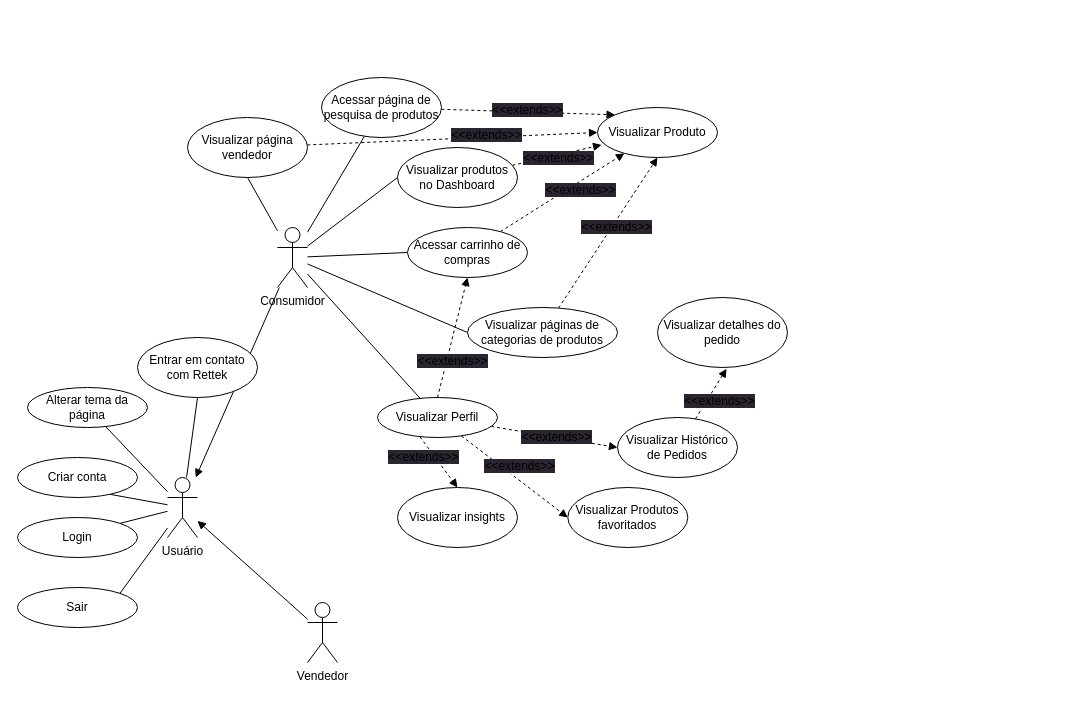
Earlier version of the draw.io diagram UseCaseDiagram.drawio (rettek-org/rettek-docs). Source tidied: cells renumbered, new cells numbered last; positions are measured from the earlier drawing's top-left corner, leaving out a move shared by most shapes. Both pictures are drawn from the tidied source at 100%, with x=0, y=0 at pixel (17, 77).
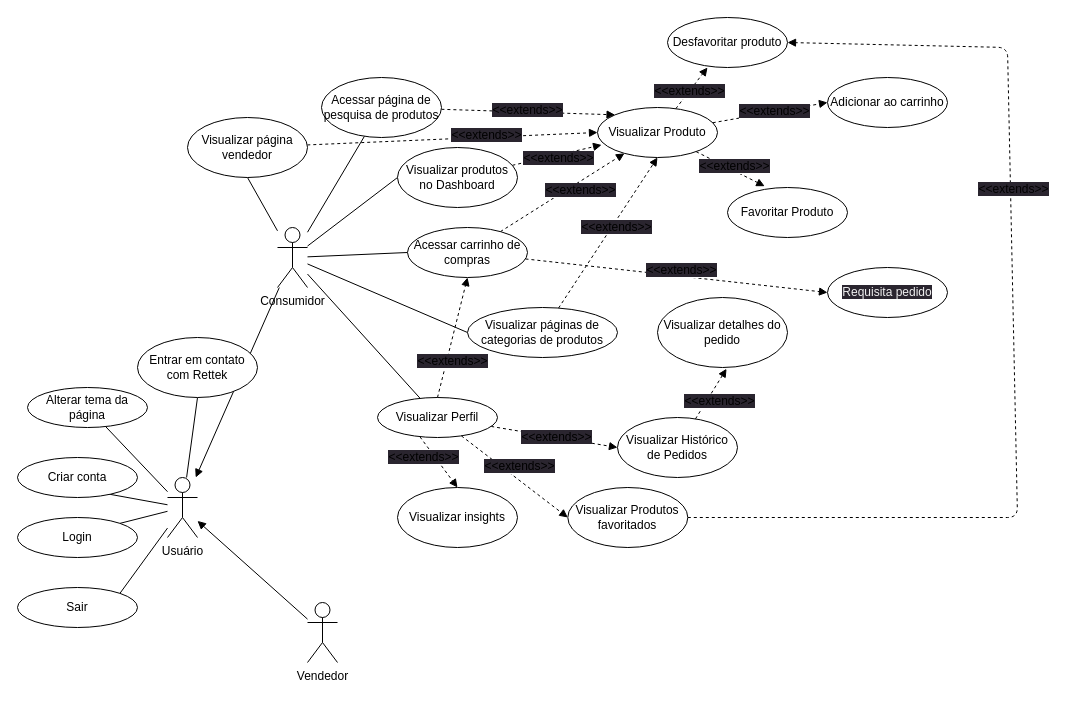
The same page after the edit.

Commit message (it also covers changes not shown here):
feat: add information to the consumer route

Unchanged cells that the change refers to:
```xml
<mxCell id="25" value="Acessar carrinho de compras" style="ellipse;whiteSpace=wrap;html=1;" parent="1" vertex="1">
  <mxGeometry x="390" y="150" width="120" height="50" as="geometry" />
</mxCell>
<mxCell id="32" value="Visualizar Produto" style="ellipse;whiteSpace=wrap;html=1;" parent="1" vertex="1">
  <mxGeometry x="580" y="30" width="120" height="50" as="geometry" />
</mxCell>
<mxCell id="44" value="Visualizar Produtos favoritados" style="ellipse;whiteSpace=wrap;html=1;" parent="1" vertex="1">
  <mxGeometry x="550.3" y="410" width="120" height="60" as="geometry" />
</mxCell>
```

What changed in the source:
```diff
@@
+    <mxCell id="54" style="edgeStyle=none;html=1;dashed=1;endArrow=block;endFill=1;entryX=0;entryY=0.5;entryDx=0;entryDy=0;" parent="1" edge="1" source="25" target="67">
+      <mxGeometry relative="1" as="geometry" />
+    </mxCell>
@@
+    <mxCell id="55" style="edgeStyle=none;html=1;dashed=1;endArrow=block;endFill=1;entryX=0.31;entryY=-0.026;entryDx=0;entryDy=0;entryPerimeter=0;" parent="1" edge="1" source="32" target="60">
+      <mxGeometry relative="1" as="geometry" />
+    </mxCell>
+    <mxCell id="56" style="edgeStyle=none;html=1;dashed=1;endArrow=block;endFill=1;entryX=0;entryY=0.5;entryDx=0;entryDy=0;" parent="1" edge="1" source="32" target="61">
+      <mxGeometry relative="1" as="geometry" />
+    </mxCell>
+    <mxCell id="57" style="edgeStyle=none;html=1;dashed=1;endArrow=block;endFill=1;" parent="1" edge="1" source="32">
+      <mxGeometry relative="1" as="geometry">
+        <mxPoint x="690" y="-10" as="targetPoint" />
+      </mxGeometry>
+    </mxCell>
@@
+    <mxCell id="58" style="edgeStyle=none;html=1;dashed=1;endArrow=block;endFill=1;entryX=1;entryY=0.5;entryDx=0;entryDy=0;" parent="1" edge="1" source="44" target="62">
+      <mxGeometry relative="1" as="geometry">
+        <Array as="points">
+          <mxPoint x="1000" y="440" />
+          <mxPoint x="990" y="-30" />
+        </Array>
+      </mxGeometry>
+    </mxCell>
+    <mxCell id="59" value="&lt;span style=&quot;font-size: 12px; background-color: rgb(42, 37, 47);&quot;&gt;&amp;lt;&amp;lt;extends&amp;gt;&amp;gt;&lt;/span&gt;" style="edgeLabel;html=1;align=center;verticalAlign=middle;" parent="58" vertex="1">
+      <mxGeometry x="0.29" y="-2" relative="1" as="geometry" />
+    </mxCell>
@@
+    <mxCell id="60" value="Favoritar Produto" style="ellipse;whiteSpace=wrap;html=1;" parent="1" vertex="1">
+      <mxGeometry x="710" y="110" width="120" height="50" as="geometry" />
+    </mxCell>
+    <mxCell id="61" value="Adicionar ao carrinho" style="ellipse;whiteSpace=wrap;html=1;" parent="1" vertex="1">
+      <mxGeometry x="810" width="120" height="50" as="geometry" />
+    </mxCell>
+    <mxCell id="62" value="Desfavoritar produto" style="ellipse;whiteSpace=wrap;html=1;" parent="1" vertex="1">
+      <mxGeometry x="650" y="-60" width="120" height="50" as="geometry" />
+    </mxCell>
+    <mxCell id="63" value="&lt;span style=&quot;font-size: 12px; background-color: rgb(42, 37, 47);&quot;&gt;&amp;lt;&amp;lt;extends&amp;gt;&amp;gt;&lt;/span&gt;" style="edgeLabel;html=1;align=center;verticalAlign=middle;" parent="1" vertex="1">
+      <mxGeometry x="525" y="35" as="geometry">
+        <mxPoint x="146" y="-22" as="offset" />
+      </mxGeometry>
+    </mxCell>
+    <mxCell id="64" value="&lt;span style=&quot;font-size: 12px; background-color: rgb(42, 37, 47);&quot;&gt;&amp;lt;&amp;lt;extends&amp;gt;&amp;gt;&lt;/span&gt;" style="edgeLabel;html=1;align=center;verticalAlign=middle;" parent="1" vertex="1">
+      <mxGeometry x="610.3" y="55" as="geometry">
+        <mxPoint x="146" y="-22" as="offset" />
+      </mxGeometry>
+    </mxCell>
+    <mxCell id="65" value="&lt;span style=&quot;font-size: 12px; background-color: rgb(42, 37, 47);&quot;&gt;&amp;lt;&amp;lt;extends&amp;gt;&amp;gt;&lt;/span&gt;" style="edgeLabel;html=1;align=center;verticalAlign=middle;" parent="1" vertex="1">
+      <mxGeometry x="570" y="110" as="geometry">
+        <mxPoint x="146" y="-22" as="offset" />
+      </mxGeometry>
+    </mxCell>
+    <mxCell id="66" value="&lt;span style=&quot;font-size: 12px; background-color: rgb(42, 37, 47);&quot;&gt;&amp;lt;&amp;lt;extends&amp;gt;&amp;gt;&lt;/span&gt;" style="edgeLabel;html=1;align=center;verticalAlign=middle;" parent="1" vertex="1">
+      <mxGeometry x="660" y="190" as="geometry">
+        <mxPoint x="3" y="2" as="offset" />
+      </mxGeometry>
+    </mxCell>
+    <mxCell id="67" value="&lt;span style=&quot;color: rgb(240, 240, 240); font-family: Helvetica; font-size: 12px; font-style: normal; font-variant-ligatures: normal; font-variant-caps: normal; font-weight: 400; letter-spacing: normal; orphans: 2; text-align: center; text-indent: 0px; text-transform: none; widows: 2; word-spacing: 0px; -webkit-text-stroke-width: 0px; background-color: rgb(42, 37, 47); text-decoration-thickness: initial; text-decoration-style: initial; text-decoration-color: initial; float: none; display: inline !important;&quot;&gt;Requisita pedido&lt;/span&gt;" style="ellipse;whiteSpace=wrap;html=1;" parent="1" vertex="1">
+      <mxGeometry x="810" y="190" width="120" height="50" as="geometry" />
+    </mxCell>
```
